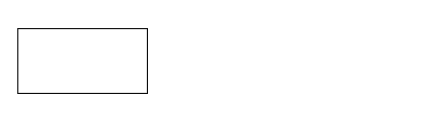
jialin0x7c9/Learning keeps this draw.io diagram as 未命名绘图.drawio. Above is the earlier version. Source tidied: cells renumbered, new cells numbered last; positions are measured from the earlier drawing's top-left corner, leaving out a move shared by most shapes. Both pictures are drawn from the tidied source at 108%, with x=0, y=0 at pixel (17, 28).
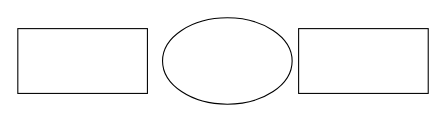
The same diagram, later.

Commit message:
更新未命名绘图.drawio

Diff of the diagram source:
```diff
@@
 <mxGraphModel>
   <root>
     <mxCell id="0" />
     <mxCell id="1" parent="0" />
     <mxCell id="2" style="rounded=0;whiteSpace=wrap;html=1;" parent="1" vertex="1">
       <mxGeometry width="120" height="60" as="geometry" />
     </mxCell>
+    <mxCell id="3" style="ellipse;whiteSpace=wrap;html=1;" parent="1" vertex="1">
+      <mxGeometry x="134" y="-10" width="120" height="80" as="geometry" />
+    </mxCell>
+    <mxCell id="4" style="rounded=0;whiteSpace=wrap;html=1;" parent="1" vertex="1">
+      <mxGeometry x="260" width="120" height="60" as="geometry" />
+    </mxCell>
   </root>
 </mxGraphModel>
```
